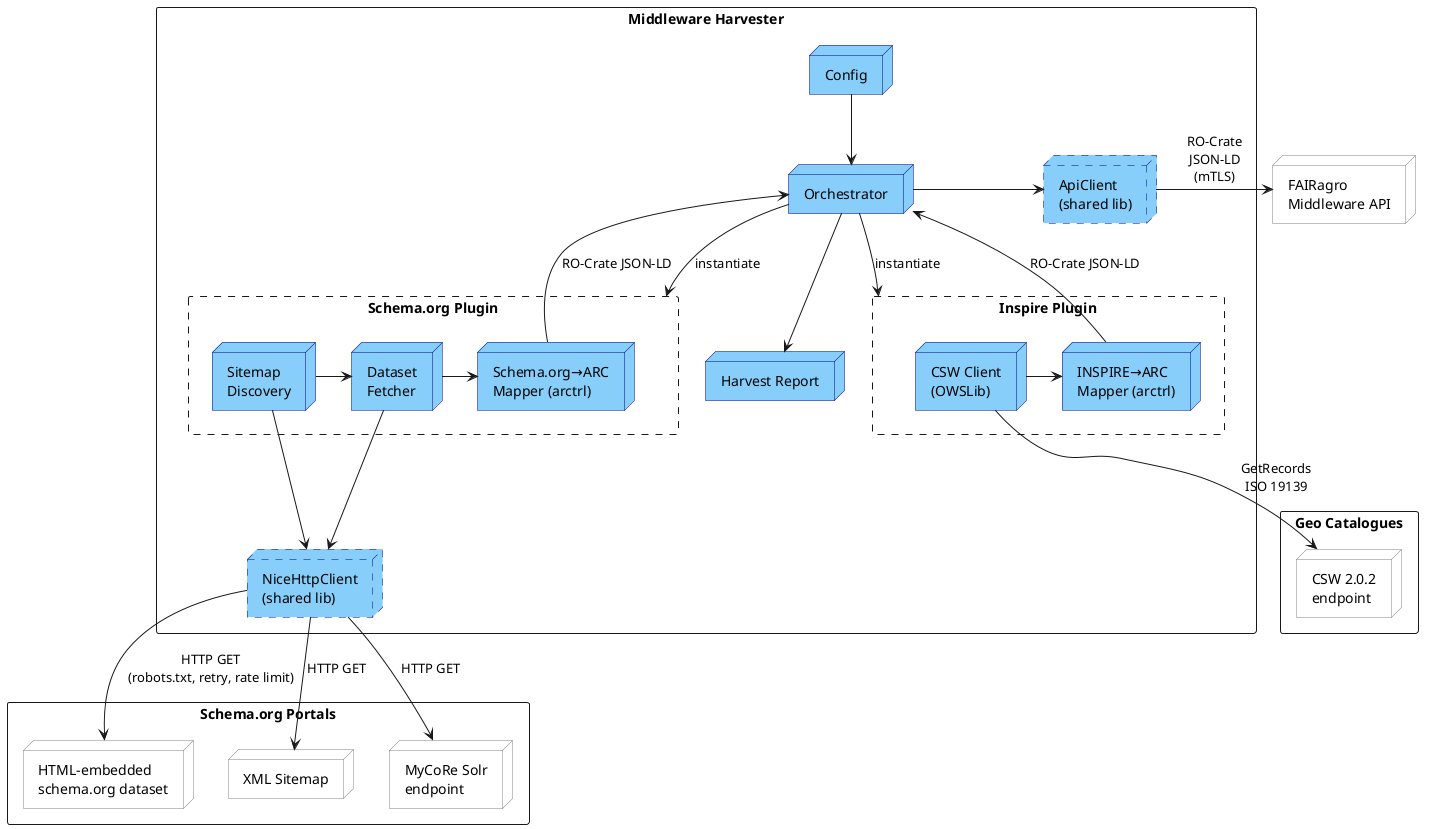
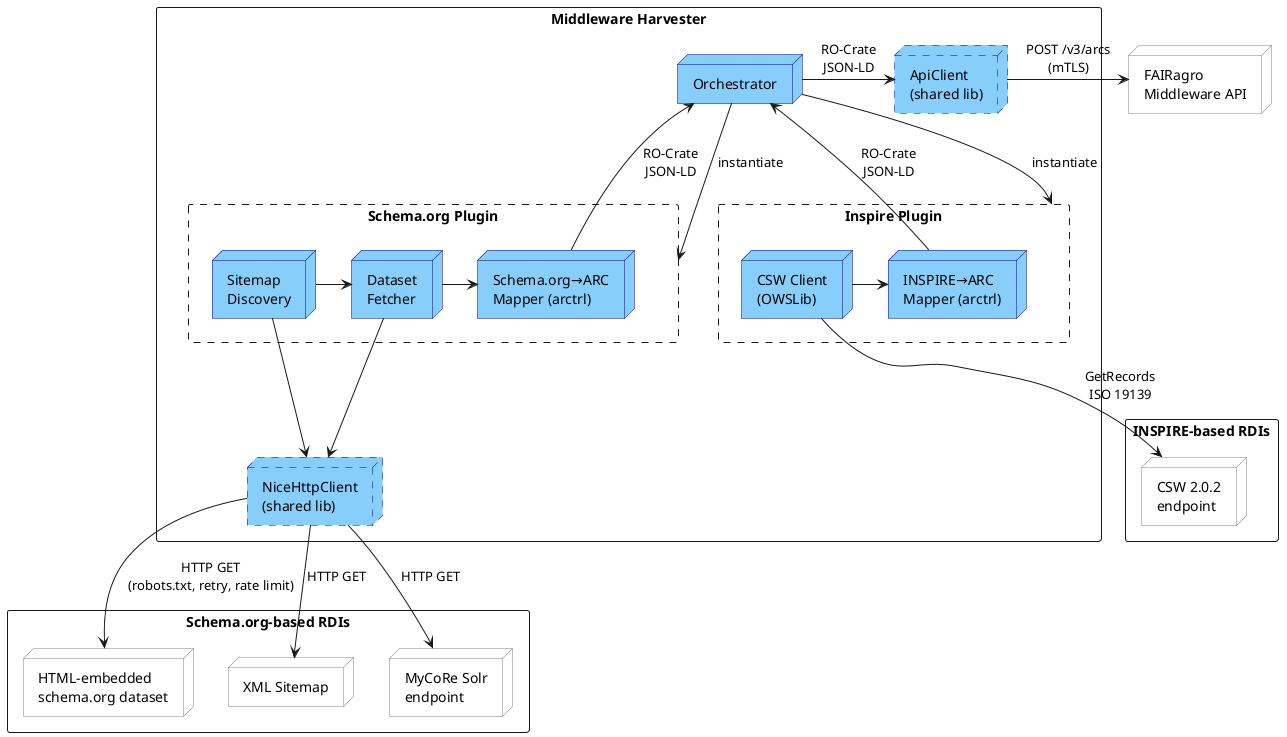
@startuml HarvesterArchitecture
skinparam packageStyle rectangle
skinparam rectangle<<dashedRect>> {
    BorderStyle dashed
}
skinparam node<<internal>> {
    BackgroundColor LightSkyBlue
    BorderColor DarkBlue
    FontColor Black
}
skinparam node<<internal-dashed>> {
    BackgroundColor LightSkyBlue
    BorderColor DarkBlue
    FontColor Black
    BorderStyle dashed
}
skinparam node<<external>> {
    BackgroundColor White
    BorderColor Gray
    FontColor Black
}
hide stereotype

- package "Geo Catalogues" as geoCatalogues {
+ package "INSPIRE-based RDIs" as geoCatalogues {
    node "CSW 2.0.2\nendpoint" as csw <<external>>
}

- package "Schema.org Portals" as schemaPortals {
+ package "Schema.org-based RDIs" as schemaPortals {
    node "XML Sitemap" as sitemap <<external>>
    node "MyCoRe Solr\nendpoint" as mycoreSolr <<external>>
    node "HTML-embedded\nschema.org dataset" as schemaOrgDataset <<external>>
}

package "Middleware Harvester" as harvesterPkg {
    node "Orchestrator" as orchestrator <<internal>>
-     node "Config" as config <<internal>>
    node "ApiClient\n(shared lib)" as apiClient <<internal-dashed>>
    node "NiceHttpClient\n(shared lib)" as niceHttp <<internal-dashed>>

    rectangle "Inspire Plugin" as inspirePlugin <<dashedRect>> {
        node "CSW Client\n(OWSLib)" as cswClient <<internal>>
        node "INSPIRE→ARC\nMapper (arctrl)" as inspireMapper <<internal>>
    }

    rectangle "Schema.org Plugin" as schemaOrgPlugin <<dashedRect>> {
        node "Sitemap\nDiscovery" as sitemapDiscovery <<internal>>
        node "Dataset\nFetcher" as datasetFetcher <<internal>>
        node "Schema.org→ARC\nMapper (arctrl)" as schemaMapper <<internal>>
    }
- 
-     node "Harvest Report" as report <<internal>>
}

node "FAIRagro\nMiddleware API" as api <<external>>

- config -down-> orchestrator
orchestrator --> inspirePlugin : instantiate
orchestrator --> schemaOrgPlugin : instantiate
cswClient -down-> csw : GetRecords\nISO 19139
sitemapDiscovery -down-> niceHttp
datasetFetcher -down-> niceHttp
niceHttp -down-> sitemap : HTTP GET
niceHttp -down-> mycoreSolr : HTTP GET
niceHttp -left-> schemaOrgDataset : HTTP GET\n(robots.txt, retry, rate limit)
cswClient -right-> inspireMapper
sitemapDiscovery -right-> datasetFetcher
datasetFetcher -right-> schemaMapper
- inspireMapper -up-> orchestrator : RO-Crate JSON-LD
- schemaMapper -up-> orchestrator : RO-Crate JSON-LD
- orchestrator -right-> apiClient
- apiClient -right-> api : RO-Crate\nJSON-LD\n(mTLS)
- orchestrator -down-> report
+ inspireMapper -up-> orchestrator : RO-Crate\nJSON-LD
+ schemaMapper -up-> orchestrator : RO-Crate\nJSON-LD
+ orchestrator -right-> apiClient : RO-Crate\nJSON-LD
+ apiClient -right-> api : POST /v3/arcs\n(mTLS)

@enduml
